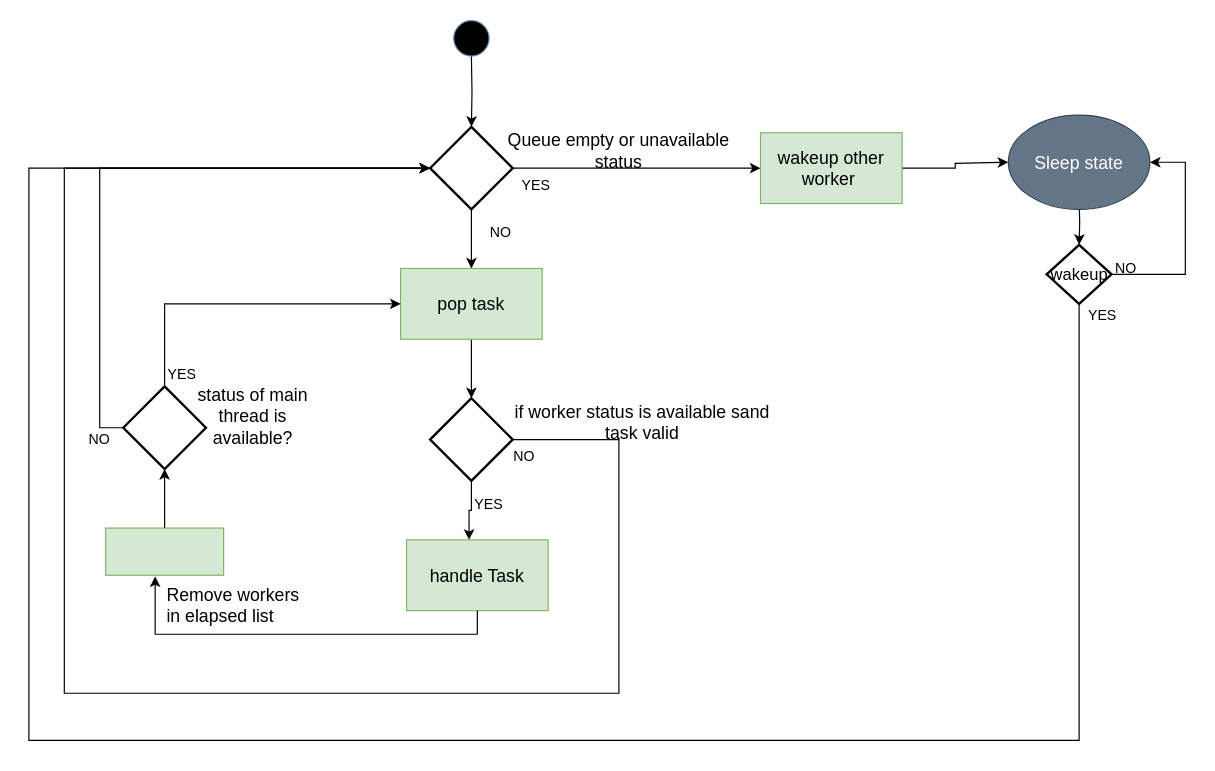
Above: page "dl_main_worker" (10 of 16) of doc/SA cert/Design/performance.drawio in taikt/codefun (draw.io), before the change. Source tidied: cells renumbered, new cells numbered last; positions are measured from the earlier drawing's top-left corner, leaving out a move shared by most shapes. Both pictures are drawn from the tidied source at 118%, with x=0, y=0 at pixel (28, 20).
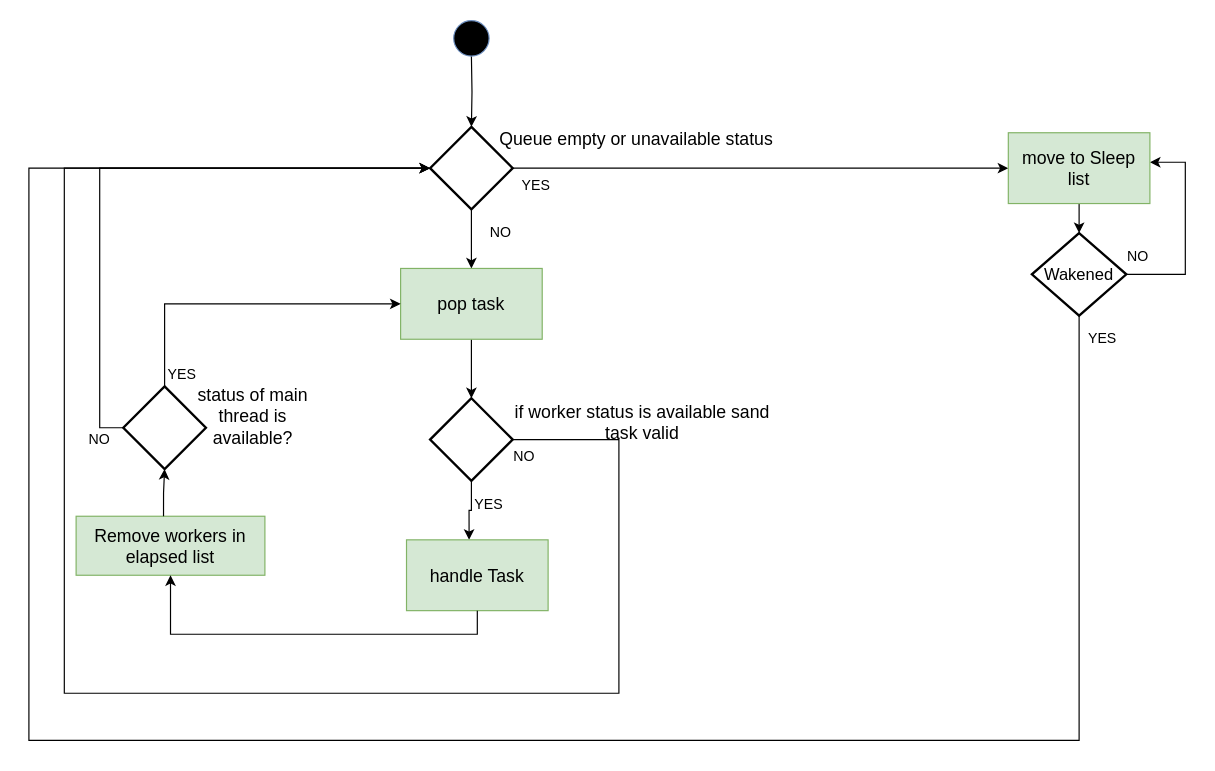
The same diagram, later.

The change refers to these unchanged cells:
```xml
<mxCell id="4" style="strokeWidth=2;html=1;shape=mxgraph.flowchart.decision;whiteSpace=wrap;fillColor=none;gradientColor=#ffffff;" parent="1" vertex="1">
  <mxGeometry x="340" y="90" width="70" height="70" as="geometry" />
</mxCell>
<mxCell id="17" value="&lt;font style=&quot;font-size: 15px;&quot;&gt;handle Task&lt;/font&gt;" style="rounded=0;whiteSpace=wrap;html=1;fillColor=#d5e8d4;strokeColor=#82b366;" parent="1" vertex="1">
  <mxGeometry x="320" y="440" width="120" height="60" as="geometry" />
</mxCell>
<mxCell id="21" style="strokeWidth=2;html=1;shape=mxgraph.flowchart.decision;whiteSpace=wrap;fillColor=none;gradientColor=#ffffff;" parent="1" vertex="1">
  <mxGeometry x="80" y="310" width="70" height="70" as="geometry" />
</mxCell>
```

Change to the diagram source:
```diff
@@
-    <mxCell id="3" style="edgeStyle=orthogonalEdgeStyle;rounded=0;jettySize=auto;html=1;exitX=1;exitY=0.5;exitDx=0;exitDy=0;exitPerimeter=0;entryX=0;entryY=0.5;entryDx=0;entryDy=0;" parent="1" edge="1" source="4" target="7">
+    <mxCell id="3" style="edgeStyle=orthogonalEdgeStyle;rounded=0;jettySize=auto;html=1;exitX=1;exitY=0.5;exitDx=0;exitDy=0;exitPerimeter=0;entryX=0;entryY=0.5;entryDx=0;entryDy=0;" parent="1" edge="1" source="4" target="38">
       <mxGeometry relative="1" as="geometry" />
     </mxCell>
@@
     <mxCell id="5" value="&lt;font style=&quot;font-size: 15px;&quot;&gt;Queue empty or unavailable status&lt;/font&gt;" style="text;html=1;strokeColor=none;fillColor=none;align=center;verticalAlign=middle;whiteSpace=wrap;rounded=0;" parent="1" vertex="1">
-      <mxGeometry x="390" y="100" width="220" height="20" as="geometry" />
+      <mxGeometry x="360" y="90" width="310" height="20" as="geometry" />
     </mxCell>
-    <mxCell id="6" style="edgeStyle=orthogonalEdgeStyle;rounded=0;jettySize=auto;html=1;exitX=1;exitY=0.5;exitDx=0;exitDy=0;entryX=0;entryY=0.5;entryDx=0;entryDy=0;" parent="1" edge="1" source="7">
-      <mxGeometry relative="1" as="geometry">
-        <mxPoint x="830" y="120" as="targetPoint" />
-        <Array as="points">
-          <mxPoint x="785" y="125" />
-          <mxPoint x="785" y="121" />
-        </Array>
-      </mxGeometry>
-    </mxCell>
-    <mxCell id="7" value="&lt;font style=&quot;font-size: 15px;&quot;&gt;wakeup other worker&amp;nbsp;&lt;/font&gt;" style="rounded=0;whiteSpace=wrap;html=1;fillColor=#d5e8d4;strokeColor=#82b366;" parent="1" vertex="1">
-      <mxGeometry x="620" y="95" width="120" height="60" as="geometry" />
-    </mxCell>
@@
-    <mxCell id="26" value="&lt;font style=&quot;font-size: 14px;&quot;&gt;wakeup&lt;/font&gt;" style="strokeWidth=2;html=1;shape=mxgraph.flowchart.decision;whiteSpace=wrap;fillColor=none;gradientColor=#ffffff;" parent="1" vertex="1">
-      <mxGeometry x="862.5" y="190" width="55" height="50" as="geometry" />
+    <mxCell id="26" value="&lt;font style=&quot;font-size: 14px;&quot;&gt;Wakened&lt;/font&gt;" style="strokeWidth=2;html=1;shape=mxgraph.flowchart.decision;whiteSpace=wrap;fillColor=none;gradientColor=#ffffff;" parent="1" vertex="1">
+      <mxGeometry x="850" y="180" width="80" height="70" as="geometry" />
     </mxCell>
@@
     <mxCell id="29" value="YES" style="text;html=1;strokeColor=none;fillColor=none;align=center;verticalAlign=middle;whiteSpace=wrap;rounded=0;" parent="1" vertex="1">
-      <mxGeometry x="890" y="240" width="40" height="20" as="geometry" />
+      <mxGeometry x="890" y="260" width="40" height="20" as="geometry" />
     </mxCell>
     <mxCell id="30" value="NO" style="text;html=1;strokeColor=none;fillColor=none;align=center;verticalAlign=middle;whiteSpace=wrap;rounded=0;" parent="1" vertex="1">
-      <mxGeometry x="910" y="200" width="40" height="20" as="geometry" />
+      <mxGeometry x="920" y="190" width="40" height="20" as="geometry" />
     </mxCell>
-    <mxCell id="31" style="rounded=0;whiteSpace=wrap;html=1;fillColor=#d5e8d4;strokeColor=#82b366;" parent="1" vertex="1">
-      <mxGeometry x="65" y="430" width="100" height="40" as="geometry" />
+    <mxCell id="31" value="&lt;font style=&quot;font-size: 15px;&quot;&gt;Remove workers in elapsed list&lt;/font&gt;" style="rounded=0;whiteSpace=wrap;html=1;fillColor=#d5e8d4;strokeColor=#82b366;" parent="1" vertex="1">
+      <mxGeometry x="40" y="420" width="160" height="50" as="geometry" />
     </mxCell>
-    <mxCell id="32" style="edgeStyle=orthogonalEdgeStyle;rounded=0;jettySize=auto;html=1;exitX=0.5;exitY=1;exitDx=0;exitDy=0;entryX=0.42;entryY=1.025;entryDx=0;entryDy=0;entryPerimeter=0;" parent="1" edge="1" source="17" target="31">
-      <mxGeometry relative="1" as="geometry" />
+    <mxCell id="32" style="edgeStyle=orthogonalEdgeStyle;rounded=0;jettySize=auto;html=1;exitX=0.5;exitY=1;exitDx=0;exitDy=0;entryX=0.5;entryY=1;entryDx=0;entryDy=0;" parent="1" edge="1" source="17" target="31">
+      <mxGeometry relative="1" as="geometry">
+        <Array as="points">
+          <mxPoint x="380" y="520" />
+          <mxPoint x="120" y="520" />
+        </Array>
+      </mxGeometry>
     </mxCell>
-    <mxCell id="33" style="edgeStyle=orthogonalEdgeStyle;rounded=0;jettySize=auto;html=1;exitX=0.5;exitY=0;exitDx=0;exitDy=0;entryX=0.5;entryY=1;entryDx=0;entryDy=0;entryPerimeter=0;" parent="1" edge="1" source="31" target="21">
-      <mxGeometry relative="1" as="geometry" />
-    </mxCell>
-    <mxCell id="34" value="&lt;font style=&quot;font-size: 15px;&quot;&gt;Sleep state&lt;/font&gt;" style="ellipse;whiteSpace=wrap;html=1;fillColor=#647687;fontColor=#ffffff;strokeColor=#314354;" parent="1" vertex="1">
-      <mxGeometry x="830" y="80" width="120" height="80" as="geometry" />
-    </mxCell>
@@
-    <mxCell id="37" value="&lt;font style=&quot;font-size: 15px;&quot;&gt;Remove workers in elapsed list&lt;/font&gt;" style="text;html=1;strokeColor=none;fillColor=none;align=left;verticalAlign=middle;whiteSpace=wrap;rounded=0;" parent="1" vertex="1">
-      <mxGeometry x="115" y="480" width="125" height="30" as="geometry" />
-    </mxCell>
+    <mxCell id="38" value="&lt;span style=&quot;font-size: 15px;&quot;&gt;move to Sleep list&lt;/span&gt;" style="rounded=0;whiteSpace=wrap;html=1;fillColor=#d5e8d4;strokeColor=#82b366;" parent="1" vertex="1">
+      <mxGeometry x="830" y="95" width="120" height="60" as="geometry" />
+    </mxCell>
+    <mxCell id="33" style="edgeStyle=orthogonalEdgeStyle;rounded=0;jettySize=auto;html=1;exitX=0.463;exitY=0;exitDx=0;exitDy=0;entryX=0.5;entryY=1;entryDx=0;entryDy=0;entryPerimeter=0;exitPerimeter=0;" parent="1" edge="1" source="31" target="21">
+      <mxGeometry relative="1" as="geometry" />
+    </mxCell>
```
